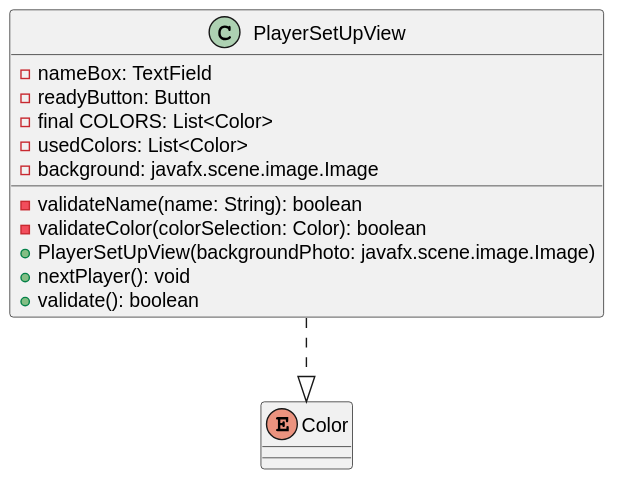
nu-cs-sqe/cs380-software-quality-engineering-20262701-course-project-group-5 keeps this PlantUML diagram as docs/design/set_up_screens/PlayerSetUpView_ClassDiagram.svg. Above is the earlier version. Its diagram source:
```plantuml
@startuml

class PlayerSetUpView {

    -nameBox: TextField
    -readyButton: Button
    -final COLORS: List<Color>
    -usedColors: List<Color>
    -background: javafx.scene.image.Image

    -validateName(name: String): boolean
    -validateColor(colorSelection: Color): boolean
    +PlayerSetUpView(backgroundPhoto: javafx.scene.image.Image)
    +nextPlayer(): void
    +validate(): boolean

}



enum Color {
}


PlayerSetUpView ..|> Color
@enduml
```
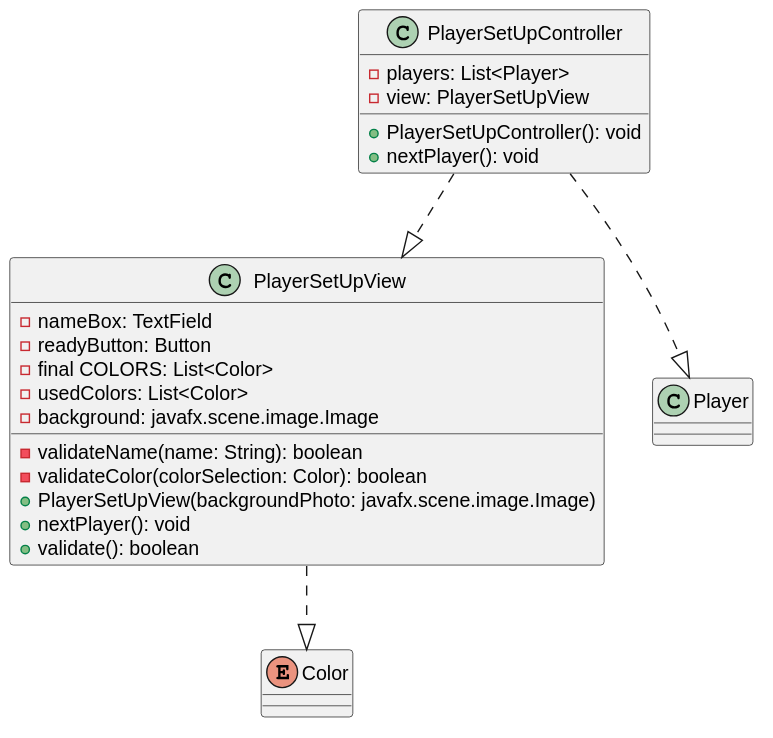
Later version of the same file.

Commit message:
added barebones controller to design

Diff of the diagram source:
```diff
@@ -16,6 +16,15 @@
 
 }
 
+class PlayerSetUpController {
+
+    -players: List<Player>
+    -view: PlayerSetUpView
+
+    +PlayerSetUpController(): void
+    +nextPlayer(): void
+}
+
 
 
 enum Color {
@@ -23,4 +32,6 @@
 
 
 PlayerSetUpView ..|> Color
+PlayerSetUpController ..|> Player
+PlayerSetUpController ..|> PlayerSetUpView
 @enduml
```
